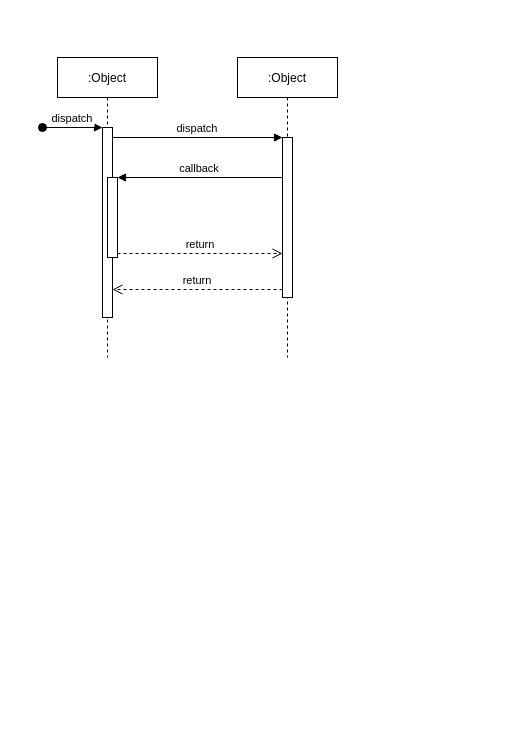
Earlier version of the draw.io diagram todoList sequence Diagram.drawio (Ritthikkrai/todo-list-flowchart). Source tidied: cells renumbered, new cells numbered last; positions are measured from the earlier drawing's top-left corner, leaving out a move shared by most shapes. Both pictures are drawn from the tidied source at 100%, with x=0, y=0 at pixel (42, 57).
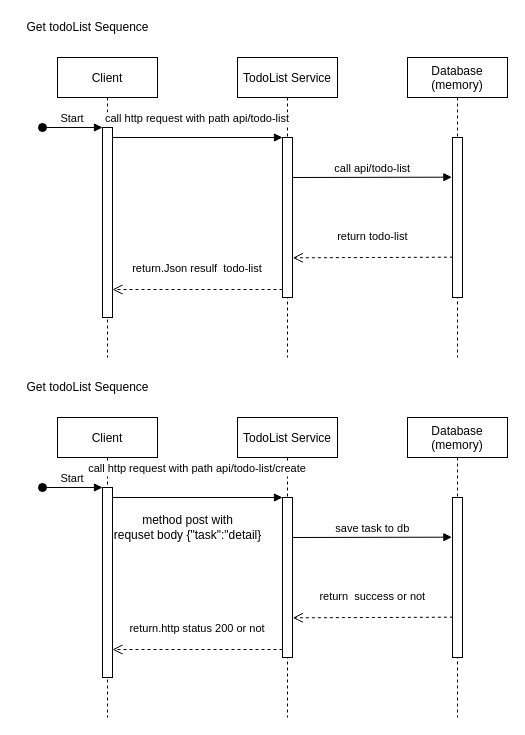
Above is the later version.

Unchanged cells that the change refers to:
```xml
<mxCell id="3" style="points=[];perimeter=orthogonalPerimeter;rounded=0;shadow=0;strokeWidth=1;" parent="2" vertex="1">
  <mxGeometry x="45" y="70" width="10" height="190" as="geometry" />
</mxCell>
<mxCell id="7" style="points=[];perimeter=orthogonalPerimeter;rounded=0;shadow=0;strokeWidth=1;" parent="6" vertex="1">
  <mxGeometry x="45" y="80" width="10" height="160" as="geometry" />
</mxCell>
```

What changed in the source:
```diff
@@
-    <mxCell id="2" value=":Object" style="shape=umlLifeline;perimeter=lifelinePerimeter;rounded=0;shadow=0;strokeWidth=1;" parent="1" vertex="1">
+    <mxCell id="2" value="Client" style="shape=umlLifeline;perimeter=lifelinePerimeter;rounded=0;shadow=0;strokeWidth=1;" parent="1" vertex="1">
       <mxGeometry x="15" width="100" height="300" as="geometry" />
     </mxCell>
@@
-    <mxCell id="4" value="dispatch" style="verticalAlign=bottom;startArrow=oval;endArrow=block;startSize=8;shadow=0;strokeWidth=1;" parent="2" edge="1" target="3">
+    <mxCell id="4" value="Start" style="verticalAlign=bottom;startArrow=oval;endArrow=block;startSize=8;shadow=0;strokeWidth=1;" parent="2" edge="1" target="3">
       <mxGeometry relative="1" as="geometry">
         <mxPoint x="-15" y="70" as="sourcePoint" />
       </mxGeometry>
     </mxCell>
-    <mxCell id="5" style="points=[];perimeter=orthogonalPerimeter;rounded=0;shadow=0;strokeWidth=1;" parent="2" vertex="1">
-      <mxGeometry x="50" y="120" width="10" height="80" as="geometry" />
-    </mxCell>
-    <mxCell id="6" value=":Object" style="shape=umlLifeline;perimeter=lifelinePerimeter;rounded=0;shadow=0;strokeWidth=1;" parent="1" vertex="1">
+    <mxCell id="6" value="TodoList Service" style="shape=umlLifeline;perimeter=lifelinePerimeter;rounded=0;shadow=0;strokeWidth=1;" parent="1" vertex="1">
       <mxGeometry x="195" width="100" height="300" as="geometry" />
     </mxCell>
@@
-    <mxCell id="8" value="return" style="verticalAlign=bottom;endArrow=open;dashed=1;endSize=8;exitX=0;exitY=0.95;shadow=0;strokeWidth=1;" parent="1" edge="1" source="7" target="3">
-      <mxGeometry relative="1" as="geometry" />
+    <mxCell id="8" value="return.Json resulf  todo-list" style="verticalAlign=bottom;endArrow=open;dashed=1;endSize=8;exitX=0;exitY=0.95;shadow=0;strokeWidth=1;" parent="1" edge="1" source="7" target="3">
+      <mxGeometry y="-12" relative="1" as="geometry" />
     </mxCell>
-    <mxCell id="9" value="dispatch" style="verticalAlign=bottom;endArrow=block;entryX=0;entryY=0;shadow=0;strokeWidth=1;" parent="1" edge="1" source="3" target="7">
-      <mxGeometry relative="1" as="geometry" />
+    <mxCell id="9" value="call http request with path api/todo-list" style="verticalAlign=bottom;endArrow=block;entryX=0;entryY=0;shadow=0;strokeWidth=1;" parent="1" edge="1" source="3" target="7">
+      <mxGeometry y="10" relative="1" as="geometry" />
     </mxCell>
-    <mxCell id="10" value="callback" style="verticalAlign=bottom;endArrow=block;entryX=1;entryY=0;shadow=0;strokeWidth=1;" parent="1" edge="1" source="7" target="5">
-      <mxGeometry relative="1" as="geometry" />
-    </mxCell>
-    <mxCell id="11" value="return" style="verticalAlign=bottom;endArrow=open;dashed=1;endSize=8;exitX=1;exitY=0.95;shadow=0;strokeWidth=1;" parent="1" edge="1" source="5" target="7">
-      <mxGeometry relative="1" as="geometry" />
-    </mxCell>
+    <mxCell id="12" value="Get todoList Sequence" style="text;html=1;align=center;verticalAlign=middle;" parent="1" vertex="1">
+      <mxGeometry x="-25" y="-40" width="140" height="20" as="geometry" />
+    </mxCell>
+    <mxCell id="13" value="Database&#10;(memory)" style="shape=umlLifeline;perimeter=lifelinePerimeter;rounded=0;shadow=0;strokeWidth=1;" parent="1" vertex="1">
+      <mxGeometry x="365" width="100" height="300" as="geometry" />
+    </mxCell>
+    <mxCell id="14" style="points=[];perimeter=orthogonalPerimeter;rounded=0;shadow=0;strokeWidth=1;" parent="13" vertex="1">
+      <mxGeometry x="45" y="80" width="10" height="160" as="geometry" />
+    </mxCell>
+    <mxCell id="15" value="call api/todo-list" style="verticalAlign=bottom;endArrow=block;shadow=0;strokeWidth=1;exitX=1.028;exitY=0.25;exitDx=0;exitDy=0;exitPerimeter=0;entryX=-0.065;entryY=0.248;entryDx=0;entryDy=0;entryPerimeter=0;" parent="1" edge="1" source="7" target="14">
+      <mxGeometry relative="1" as="geometry" />
+    </mxCell>
+    <mxCell id="16" value="return todo-list" style="verticalAlign=bottom;endArrow=open;dashed=1;endSize=8;shadow=0;strokeWidth=1;entryX=1.036;entryY=0.752;entryDx=0;entryDy=0;entryPerimeter=0;exitX=0.036;exitY=0.748;exitDx=0;exitDy=0;exitPerimeter=0;" parent="1" edge="1" source="14" target="7">
+      <mxGeometry y="-12" relative="1" as="geometry" />
+    </mxCell>
+    <mxCell id="17" value="Client" style="shape=umlLifeline;perimeter=lifelinePerimeter;rounded=0;shadow=0;strokeWidth=1;" parent="1" vertex="1">
+      <mxGeometry x="15" y="360" width="100" height="300" as="geometry" />
+    </mxCell>
+    <mxCell id="18" style="points=[];perimeter=orthogonalPerimeter;rounded=0;shadow=0;strokeWidth=1;" parent="17" vertex="1">
+      <mxGeometry x="45" y="70" width="10" height="190" as="geometry" />
+    </mxCell>
+    <mxCell id="19" value="Start" style="verticalAlign=bottom;startArrow=oval;endArrow=block;startSize=8;shadow=0;strokeWidth=1;" parent="17" edge="1" target="18">
+      <mxGeometry relative="1" as="geometry">
+        <mxPoint x="-15" y="70" as="sourcePoint" />
+      </mxGeometry>
+    </mxCell>
+    <mxCell id="20" value="TodoList Service" style="shape=umlLifeline;perimeter=lifelinePerimeter;rounded=0;shadow=0;strokeWidth=1;" parent="1" vertex="1">
+      <mxGeometry x="195" y="360" width="100" height="300" as="geometry" />
+    </mxCell>
+    <mxCell id="21" style="points=[];perimeter=orthogonalPerimeter;rounded=0;shadow=0;strokeWidth=1;" parent="20" vertex="1">
+      <mxGeometry x="45" y="80" width="10" height="160" as="geometry" />
+    </mxCell>
+    <mxCell id="22" value="return.http status 200 or not" style="verticalAlign=bottom;endArrow=open;dashed=1;endSize=8;exitX=0;exitY=0.95;shadow=0;strokeWidth=1;" parent="1" edge="1" source="21" target="18">
+      <mxGeometry y="-12" relative="1" as="geometry" />
+    </mxCell>
+    <mxCell id="23" value="call http request with path api/todo-list/create" style="verticalAlign=bottom;endArrow=block;entryX=0;entryY=0;shadow=0;strokeWidth=1;" parent="1" edge="1" source="18" target="21">
+      <mxGeometry y="20" relative="1" as="geometry" />
+    </mxCell>
+    <mxCell id="24" value="Get todoList Sequence" style="text;html=1;align=center;verticalAlign=middle;" parent="1" vertex="1">
+      <mxGeometry x="-25" y="320" width="140" height="20" as="geometry" />
+    </mxCell>
+    <mxCell id="25" value="Database&#10;(memory)" style="shape=umlLifeline;perimeter=lifelinePerimeter;rounded=0;shadow=0;strokeWidth=1;" parent="1" vertex="1">
+      <mxGeometry x="365" y="360" width="100" height="300" as="geometry" />
+    </mxCell>
+    <mxCell id="26" style="points=[];perimeter=orthogonalPerimeter;rounded=0;shadow=0;strokeWidth=1;" parent="25" vertex="1">
+      <mxGeometry x="45" y="80" width="10" height="160" as="geometry" />
+    </mxCell>
+    <mxCell id="27" value="save task to db" style="verticalAlign=bottom;endArrow=block;shadow=0;strokeWidth=1;exitX=1.028;exitY=0.25;exitDx=0;exitDy=0;exitPerimeter=0;entryX=-0.065;entryY=0.248;entryDx=0;entryDy=0;entryPerimeter=0;" parent="1" edge="1" source="21" target="26">
+      <mxGeometry relative="1" as="geometry" />
+    </mxCell>
+    <mxCell id="28" value="return  success or not" style="verticalAlign=bottom;endArrow=open;dashed=1;endSize=8;shadow=0;strokeWidth=1;entryX=1.036;entryY=0.752;entryDx=0;entryDy=0;entryPerimeter=0;exitX=0.036;exitY=0.748;exitDx=0;exitDy=0;exitPerimeter=0;" parent="1" edge="1" source="26" target="21">
+      <mxGeometry y="-12" relative="1" as="geometry" />
+    </mxCell>
+    <mxCell id="29" value="method post with&lt;br&gt;requset body {&quot;task&quot;:&quot;detail}" style="text;html=1;align=center;verticalAlign=middle;" parent="1" vertex="1">
+      <mxGeometry x="65" y="455" width="160" height="30" as="geometry" />
+    </mxCell>
```
